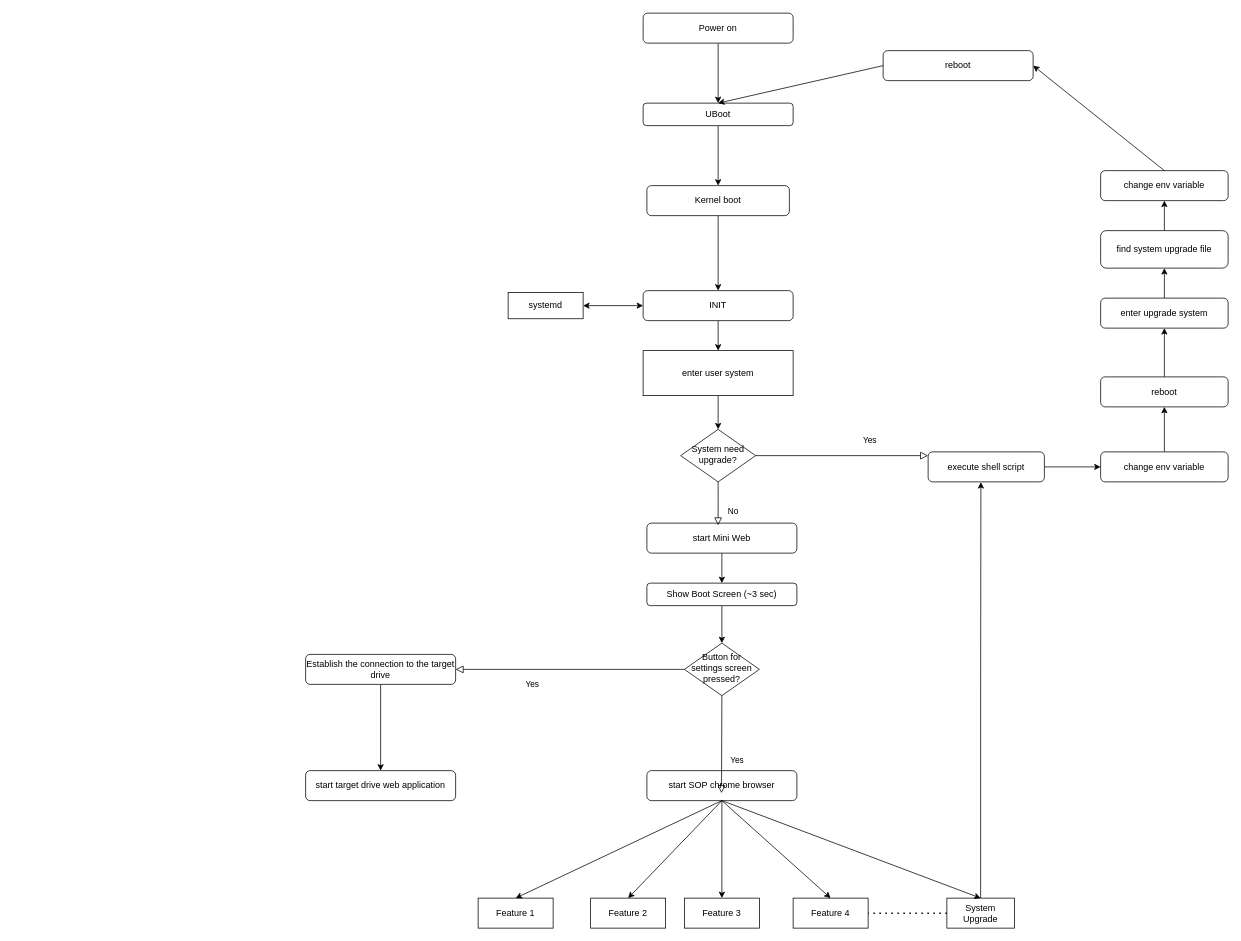
Earlier version of the draw.io diagram Untitled Diagram.drawio (UMkevin/LearnGitCode). Source tidied: cells renumbered, new cells numbered last; positions are measured from the earlier drawing's top-left corner, leaving out a move shared by most shapes. Both pictures are drawn from the tidied source at 75%, with x=0, y=0 at pixel (305, 13).
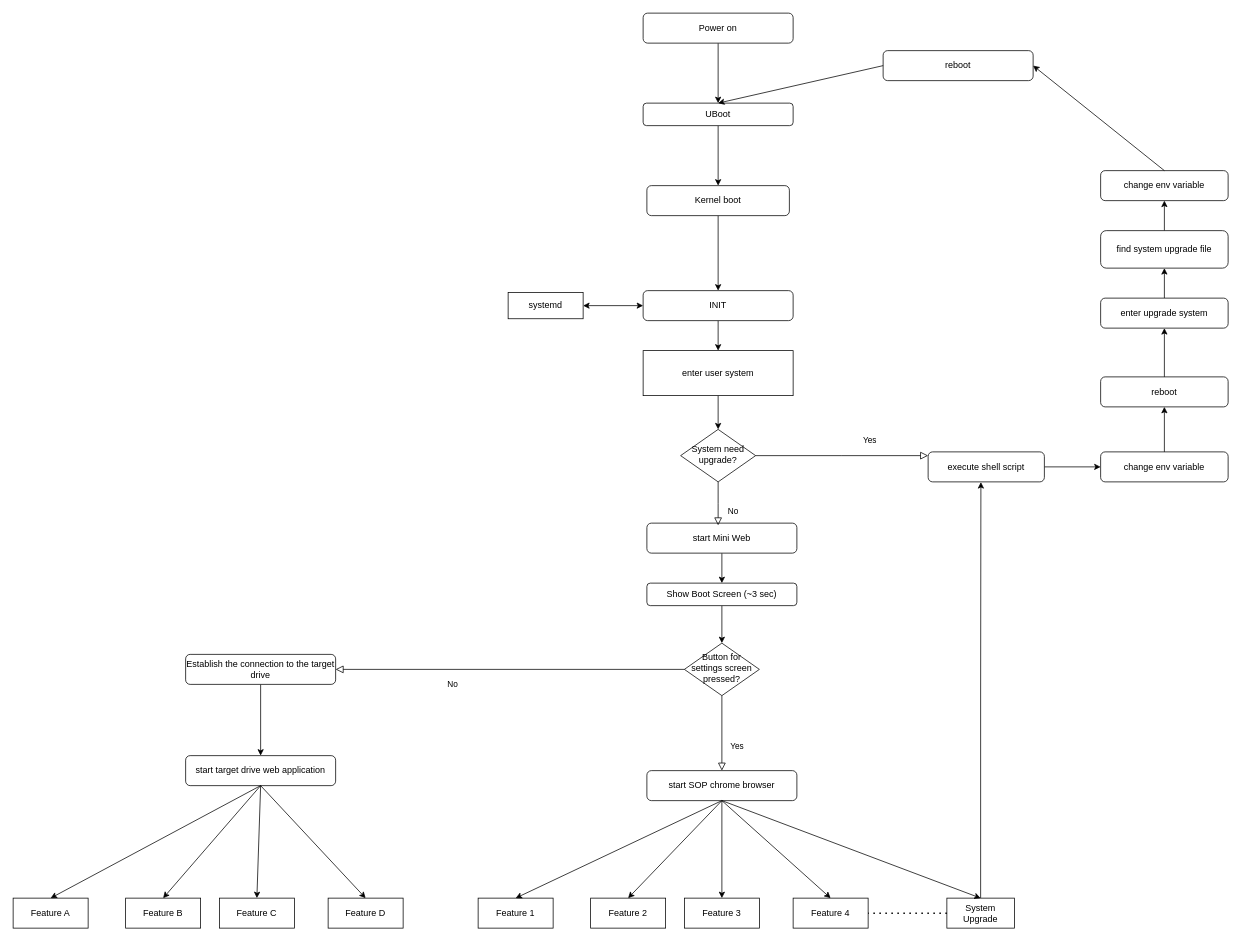
After the change.

The change refers to these unchanged cells:
```xml
<mxCell id="13" value="start SOP chrome browser" style="rounded=1;whiteSpace=wrap;html=1;" parent="1" vertex="1">
  <mxGeometry x="455" y="1010" width="200" height="40" as="geometry" />
</mxCell>
<mxCell id="47" value="Button for settings screen pressed?" style="rhombus;whiteSpace=wrap;html=1;shadow=0;fontFamily=Helvetica;fontSize=12;align=center;strokeWidth=1;spacing=6;spacingTop=-4;" parent="1" vertex="1">
  <mxGeometry x="505" y="840" width="100" height="70" as="geometry" />
</mxCell>
```

The edit, as a diff of the source:
```diff
@@
-    <mxCell id="48" value="Yes" style="rounded=0;html=1;jettySize=auto;fontSize=11;endArrow=block;endFill=0;endSize=8;strokeWidth=1;shadow=0;labelBackgroundColor=none;edgeStyle=orthogonalEdgeStyle;exitX=0.5;exitY=1;exitDx=0;exitDy=0;" parent="1" edge="1" source="47">
-      <mxGeometry x="0.33" y="20" relative="1" as="geometry">
-        <mxPoint x="554.5" y="1040" as="targetPoint" />
-      </mxGeometry>
+    <mxCell id="48" value="Yes" style="rounded=0;html=1;jettySize=auto;fontSize=11;endArrow=block;endFill=0;endSize=8;strokeWidth=1;shadow=0;labelBackgroundColor=none;edgeStyle=orthogonalEdgeStyle;exitX=0.5;exitY=1;exitDx=0;exitDy=0;entryX=0.5;entryY=0;entryDx=0;entryDy=0;" parent="1" edge="1" source="47" target="13">
+      <mxGeometry x="0.33" y="20" relative="1" as="geometry" />
     </mxCell>
@@
-    <mxCell id="50" value="Yes" style="rounded=0;html=1;jettySize=auto;fontSize=11;endArrow=block;endFill=0;endSize=8;strokeWidth=1;shadow=0;labelBackgroundColor=none;edgeStyle=orthogonalEdgeStyle;exitX=0;exitY=0.5;exitDx=0;exitDy=0;entryX=1;entryY=0.5;entryDx=0;entryDy=0;" parent="1" edge="1" source="47" target="52">
+    <mxCell id="50" value="No" style="rounded=0;html=1;jettySize=auto;fontSize=11;endArrow=block;endFill=0;endSize=8;strokeWidth=1;shadow=0;labelBackgroundColor=none;edgeStyle=orthogonalEdgeStyle;exitX=0;exitY=0.5;exitDx=0;exitDy=0;entryX=1;entryY=0.5;entryDx=0;entryDy=0;" parent="1" edge="1" source="47" target="52">
       <mxGeometry x="0.33" y="20" relative="1" as="geometry" />
     </mxCell>
@@
     <mxCell id="52" value="Establish the connection to the target drive" style="rounded=1;whiteSpace=wrap;html=1;" parent="1" vertex="1">
-      <mxGeometry y="855" width="200" height="40" as="geometry" />
+      <mxGeometry x="-160" y="855" width="200" height="40" as="geometry" />
     </mxCell>
     <mxCell id="53" value="start target drive web application" style="rounded=1;whiteSpace=wrap;html=1;" parent="1" vertex="1">
-      <mxGeometry y="1010" width="200" height="40" as="geometry" />
+      <mxGeometry x="-160" y="990" width="200" height="40" as="geometry" />
     </mxCell>
+    <mxCell id="54" value="Feature A" style="rounded=0;whiteSpace=wrap;html=1;" parent="1" vertex="1">
+      <mxGeometry x="-390" y="1180" width="100" height="40" as="geometry" />
+    </mxCell>
+    <mxCell id="55" value="&lt;span&gt;Feature B&lt;/span&gt;" style="rounded=0;whiteSpace=wrap;html=1;" parent="1" vertex="1">
+      <mxGeometry x="-240" y="1180" width="100" height="40" as="geometry" />
+    </mxCell>
+    <mxCell id="56" value="&lt;span&gt;Feature C&lt;/span&gt;" style="rounded=0;whiteSpace=wrap;html=1;" parent="1" vertex="1">
+      <mxGeometry x="-115" y="1180" width="100" height="40" as="geometry" />
+    </mxCell>
+    <mxCell id="57" value="&lt;span&gt;Feature D&lt;/span&gt;" style="rounded=0;whiteSpace=wrap;html=1;" parent="1" vertex="1">
+      <mxGeometry x="30" y="1180" width="100" height="40" as="geometry" />
+    </mxCell>
+    <mxCell id="58" style="endArrow=classic;html=1;entryX=0.5;entryY=0;entryDx=0;entryDy=0;exitX=0.5;exitY=1;exitDx=0;exitDy=0;" parent="1" edge="1" source="53" target="54">
+      <mxGeometry relative="1" as="geometry" />
+    </mxCell>
+    <mxCell id="59" style="endArrow=classic;html=1;entryX=0.5;entryY=0;entryDx=0;entryDy=0;exitX=0.5;exitY=1;exitDx=0;exitDy=0;" parent="1" edge="1" source="53" target="56">
+      <mxGeometry relative="1" as="geometry" />
+    </mxCell>
+    <mxCell id="60" style="endArrow=classic;html=1;exitX=0.5;exitY=1;exitDx=0;exitDy=0;entryX=0.5;entryY=0;entryDx=0;entryDy=0;" parent="1" edge="1" source="53" target="57">
+      <mxGeometry relative="1" as="geometry" />
+    </mxCell>
+    <mxCell id="61" style="endArrow=classic;html=1;entryX=0.5;entryY=0;entryDx=0;entryDy=0;exitX=0.5;exitY=1;exitDx=0;exitDy=0;" parent="1" edge="1" source="53" target="55">
+      <mxGeometry relative="1" as="geometry" />
+    </mxCell>
```
